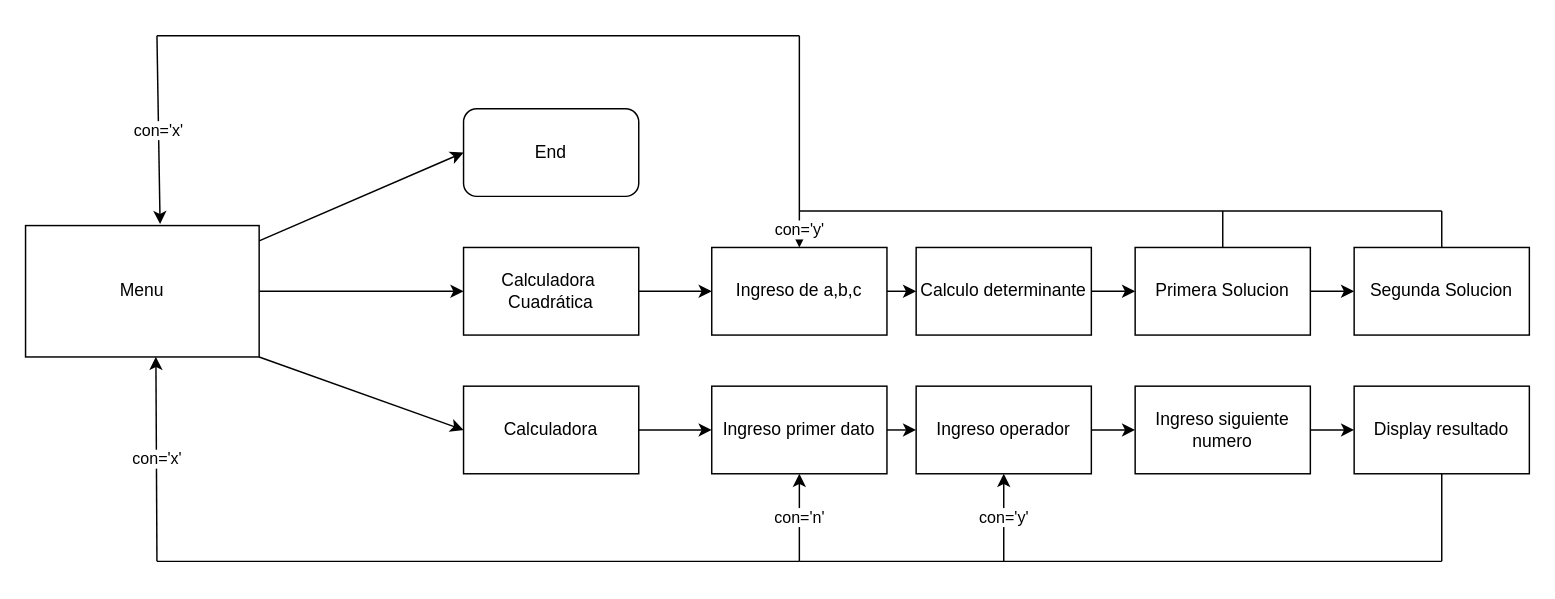
The draw.io diagram graphs/Prot.drawio in Alejololer/Proyecto, before the edit. Source tidied: cells renumbered, new cells numbered last; positions are measured from the earlier drawing's top-left corner, leaving out a move shared by most shapes. Both pictures are drawn from the tidied source at 146%, with x=0, y=0 at pixel (25, 35).
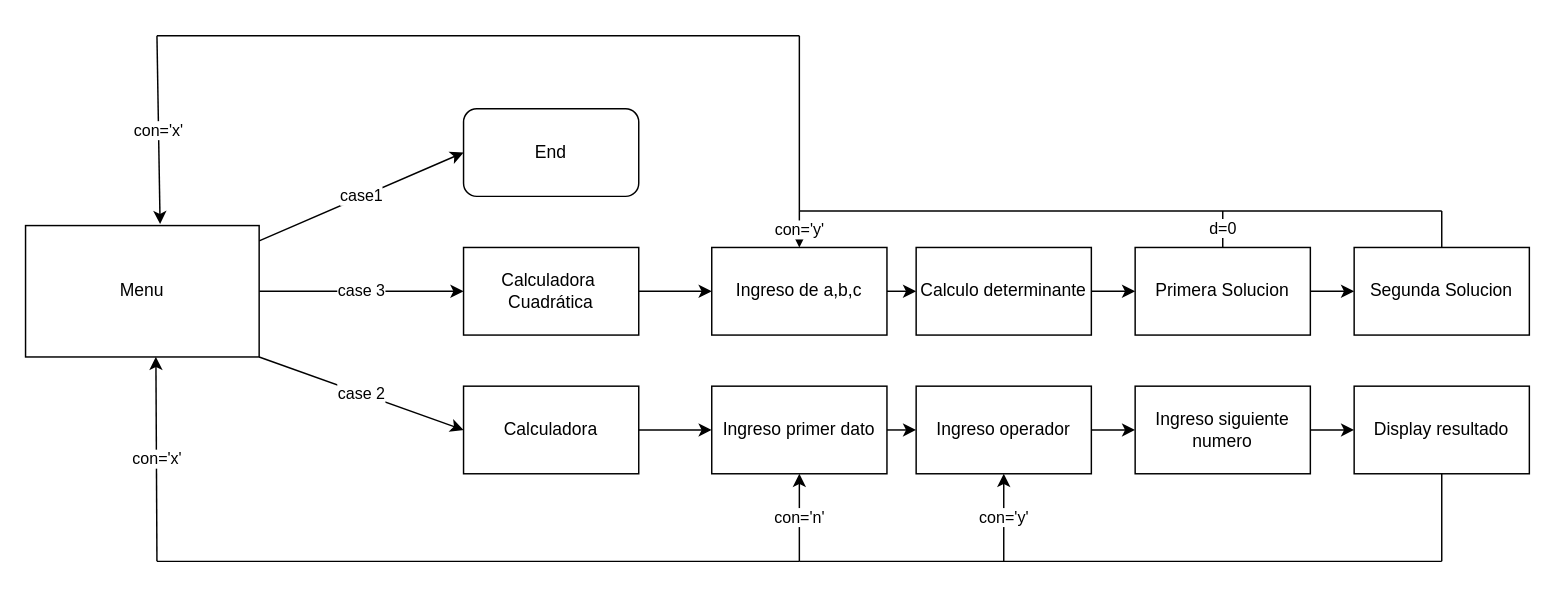
The same diagram, later.

The change refers to these unchanged cells:
```xml
<mxCell id="5" value="Menu" style="rounded=0;whiteSpace=wrap;html=1;" parent="1" vertex="1">
  <mxGeometry y="130" width="160" height="90" as="geometry" />
</mxCell>
<mxCell id="6" value="End" style="rounded=1;whiteSpace=wrap;html=1;" parent="1" vertex="1">
  <mxGeometry x="300" y="50" width="120" height="60" as="geometry" />
</mxCell>
<mxCell id="8" value="Calculadora&amp;nbsp;&lt;br&gt;Cuadrática" style="whiteSpace=wrap;html=1;rounded=0;" parent="1" vertex="1">
  <mxGeometry x="300" y="145" width="120" height="60" as="geometry" />
</mxCell>
<mxCell id="10" value="Calculadora" style="rounded=0;whiteSpace=wrap;html=1;" parent="1" vertex="1">
  <mxGeometry x="300" y="240" width="120" height="60" as="geometry" />
</mxCell>
<mxCell id="16" value="Primera Solucion" style="whiteSpace=wrap;html=1;rounded=0;" parent="1" vertex="1">
  <mxGeometry x="760" y="145" width="120" height="60" as="geometry" />
</mxCell>
```

What changed in the source:
```diff
@@
-    <mxCell id="2" style="edgeStyle=none;html=1;entryX=0;entryY=0.5;entryDx=0;entryDy=0;" parent="1" edge="1" source="5" target="6">
+    <mxCell id="2" value="case1" style="edgeStyle=none;html=1;entryX=0;entryY=0.5;entryDx=0;entryDy=0;" parent="1" edge="1" source="5" target="6">
       <mxGeometry relative="1" as="geometry" />
     </mxCell>
-    <mxCell id="3" style="edgeStyle=none;html=1;" parent="1" edge="1" source="5" target="8">
+    <mxCell id="3" value="case 3" style="edgeStyle=none;html=1;" parent="1" edge="1" source="5" target="8">
       <mxGeometry relative="1" as="geometry" />
     </mxCell>
-    <mxCell id="4" style="edgeStyle=none;html=1;exitX=1;exitY=1;exitDx=0;exitDy=0;entryX=0;entryY=0.5;entryDx=0;entryDy=0;" parent="1" edge="1" source="5" target="10">
+    <mxCell id="4" value="case 2" style="edgeStyle=none;html=1;exitX=1;exitY=1;exitDx=0;exitDy=0;entryX=0;entryY=0.5;entryDx=0;entryDy=0;" parent="1" edge="1" source="5" target="10">
       <mxGeometry relative="1" as="geometry" />
     </mxCell>
@@
-    <mxCell id="29" style="endArrow=none;html=1;exitX=0.5;exitY=0;exitDx=0;exitDy=0;" parent="1" edge="1" source="16">
+    <mxCell id="29" value="d=0" style="endArrow=none;html=1;exitX=0.5;exitY=0;exitDx=0;exitDy=0;" parent="1" edge="1" source="16">
       <mxGeometry relative="1" as="geometry">
         <mxPoint x="820" y="120" as="targetPoint" />
       </mxGeometry>
     </mxCell>
```
